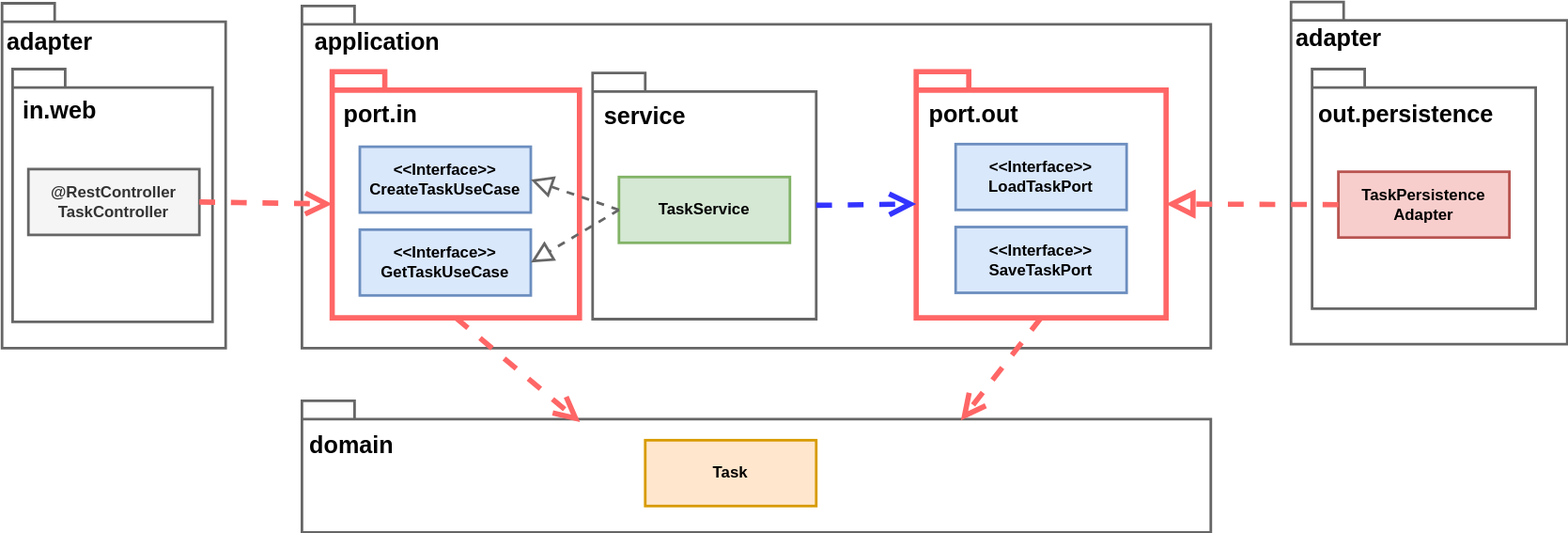
Before: src/img/blogs/2025/1208_hexagonal_four_questions/04_hexagonal.drawio.svg, a diagram exported from draw.io (mamezou-tech/mamezou-tech-site). Source tidied: cells renumbered, new cells last; positions are measured from the earlier drawing's top-left corner, leaving out a move shared by most shapes.
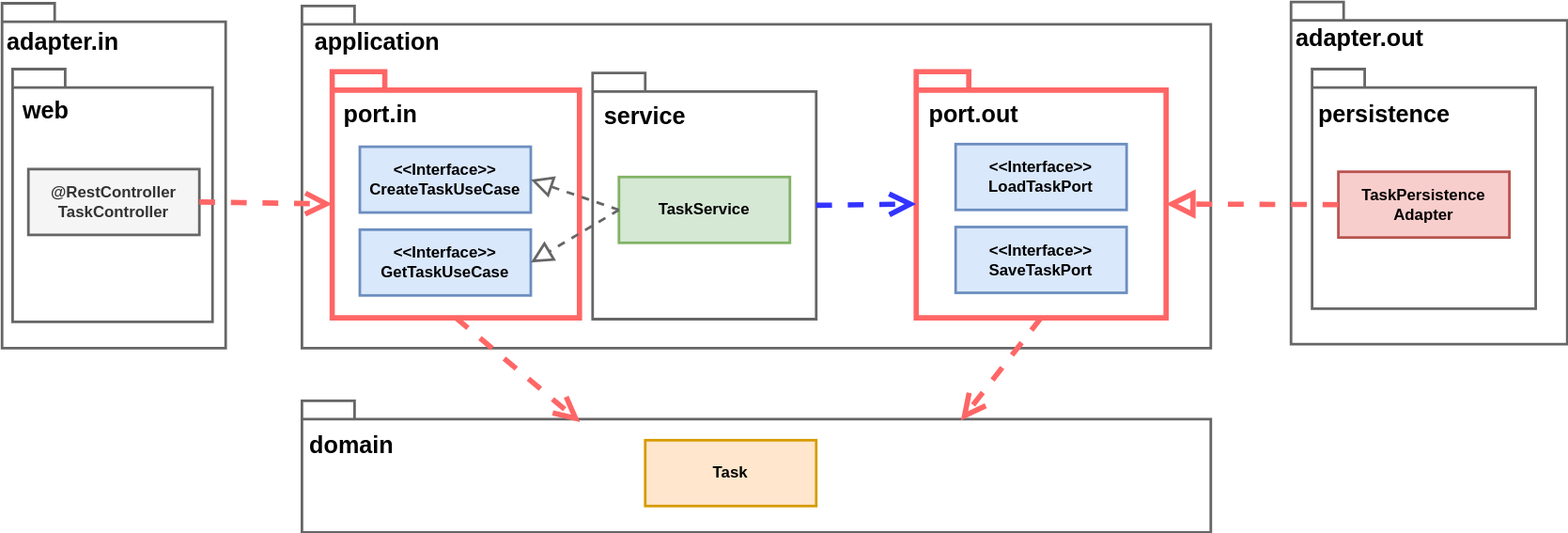
Above is the later version.

Change to the diagram source:
```diff
@@ -56,25 +56,25 @@
     <mxCell id="19" style="shape=folder;fontStyle=1;spacingTop=10;tabWidth=40;tabHeight=14;tabPosition=left;html=1;whiteSpace=wrap;labelPosition=left;verticalLabelPosition=top;align=right;verticalAlign=bottom;strokeWidth=2;strokeColor=#666666;" parent="1" vertex="1">
       <mxGeometry x="8" y="51" width="152" height="192" as="geometry" />
     </mxCell>
-    <mxCell id="20" value="in.web" style="text;html=1;align=left;verticalAlign=middle;whiteSpace=wrap;rounded=0;fontSize=18;fontStyle=1;" parent="1" vertex="1">
+    <mxCell id="20" value="web" style="text;html=1;align=left;verticalAlign=middle;whiteSpace=wrap;rounded=0;fontSize=18;fontStyle=1;" parent="1" vertex="1">
       <mxGeometry x="14" y="68" width="60" height="30" as="geometry" />
     </mxCell>
     <mxCell id="21" value="&lt;div&gt;@RestController&lt;/div&gt;TaskController&lt;div&gt;&lt;/div&gt;" style="html=1;whiteSpace=wrap;fillColor=#f5f5f5;strokeColor=#666666;strokeWidth=2;fontStyle=1;fontColor=#333333;" parent="1" vertex="1">
       <mxGeometry x="20" y="127" width="130" height="50" as="geometry" />
     </mxCell>
-    <mxCell id="22" value="adapter" style="text;html=1;align=left;verticalAlign=middle;whiteSpace=wrap;rounded=0;fontSize=18;fontStyle=1;" parent="1" vertex="1">
+    <mxCell id="22" value="adapter.in" style="text;html=1;align=left;verticalAlign=middle;whiteSpace=wrap;rounded=0;fontSize=18;fontStyle=1;" parent="1" vertex="1">
       <mxGeometry x="2" y="16" width="60" height="30" as="geometry" />
     </mxCell>
     <mxCell id="23" style="shape=folder;fontStyle=1;spacingTop=10;tabWidth=40;tabHeight=14;tabPosition=left;html=1;whiteSpace=wrap;labelPosition=left;verticalLabelPosition=top;align=right;verticalAlign=bottom;strokeWidth=2;strokeColor=#666666;" parent="1" vertex="1">
       <mxGeometry x="996" y="51" width="170" height="182" as="geometry" />
     </mxCell>
-    <mxCell id="24" value="out.persistence" style="text;html=1;align=left;verticalAlign=middle;whiteSpace=wrap;rounded=0;fontSize=18;fontStyle=1;" parent="1" vertex="1">
+    <mxCell id="24" value="persistence" style="text;html=1;align=left;verticalAlign=middle;whiteSpace=wrap;rounded=0;fontSize=18;fontStyle=1;" parent="1" vertex="1">
       <mxGeometry x="999" y="71" width="60" height="30" as="geometry" />
     </mxCell>
     <mxCell id="25" value="TaskPersistence&lt;div&gt;&lt;/div&gt;&lt;div&gt;&lt;/div&gt;&lt;div&gt;Adapter&lt;/div&gt;" style="html=1;whiteSpace=wrap;fillColor=#f8cecc;strokeColor=#b85450;strokeWidth=2;fontStyle=1;" parent="1" vertex="1">
       <mxGeometry x="1016" y="129" width="130" height="50" as="geometry" />
     </mxCell>
-    <mxCell id="26" value="adapter" style="text;html=1;align=left;verticalAlign=middle;whiteSpace=wrap;rounded=0;fontSize=18;fontStyle=1;" parent="1" vertex="1">
+    <mxCell id="26" value="adapter.out" style="text;html=1;align=left;verticalAlign=middle;whiteSpace=wrap;rounded=0;fontSize=18;fontStyle=1;" parent="1" vertex="1">
       <mxGeometry x="982" y="13" width="60" height="30" as="geometry" />
     </mxCell>
     <mxCell id="27" style="endArrow=block;dashed=1;endFill=0;endSize=12;html=1;exitX=0;exitY=0.5;exitDx=0;exitDy=0;entryX=0;entryY=0;entryDx=190;entryDy=100.5;strokeWidth=4;strokeColor=#FF6666;entryPerimeter=0;" parent="1" edge="1" source="25" target="9">
```
